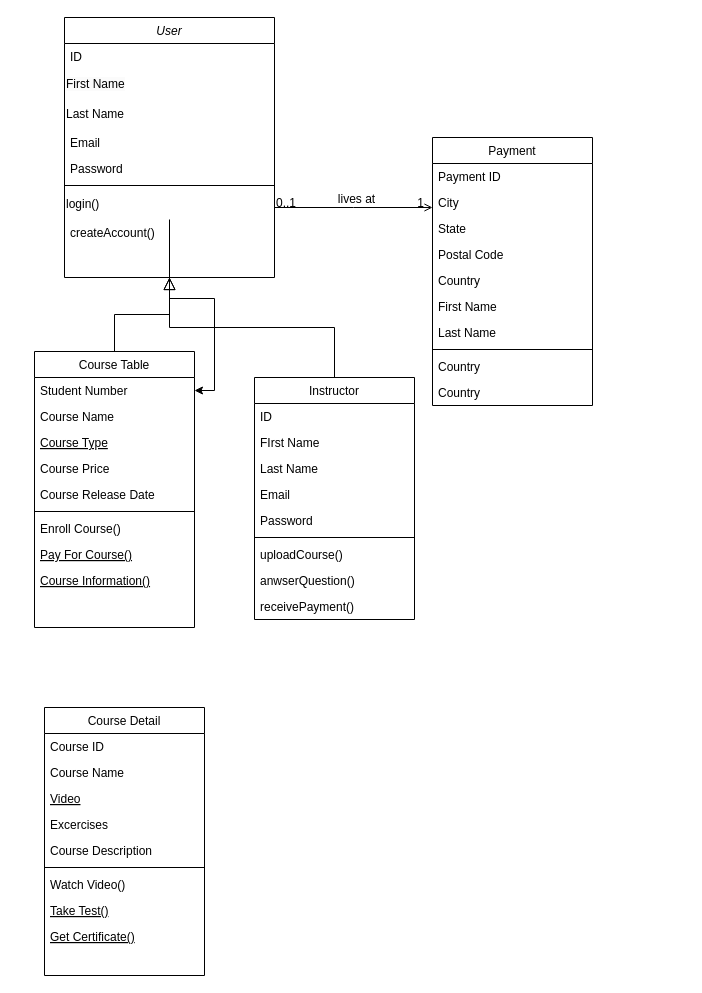
Above: classDiagram.drawio in multiverse-elearning-project/multiverse-elearning-project (draw.io), before the change. Source tidied: cells renumbered, new cells numbered last; positions are measured from the earlier drawing's top-left corner, leaving out a move shared by most shapes. Both pictures are drawn from the tidied source at 100%, with x=0, y=0 at pixel (34, 17).
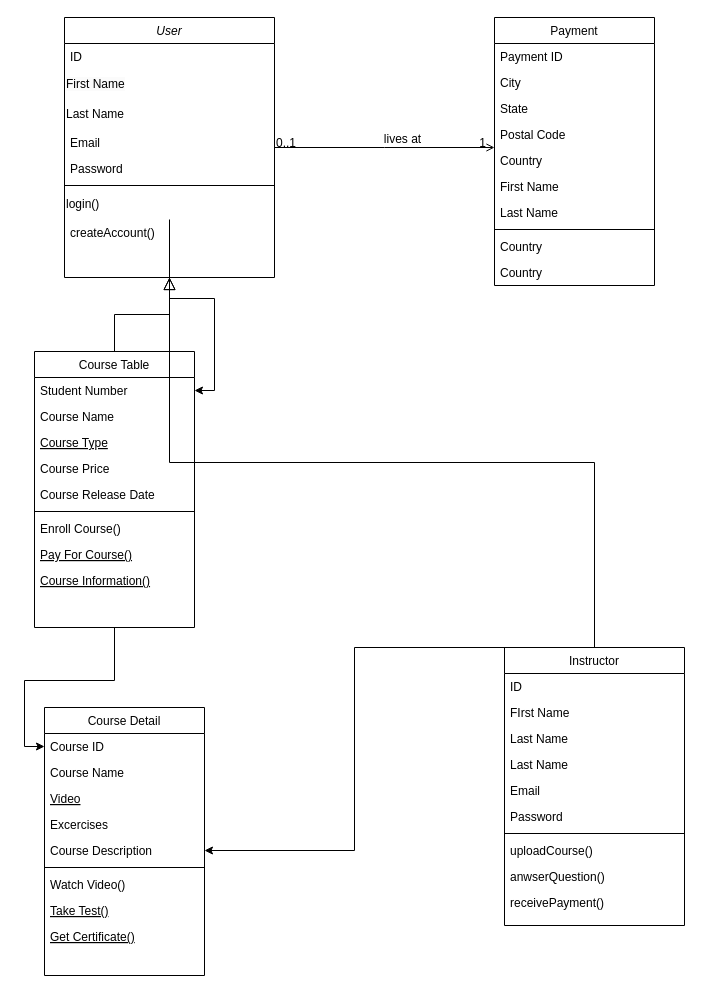
After the change.

Unchanged cells that the change refers to:
```xml
<mxCell id="11" value="Course Table" style="swimlane;fontStyle=0;align=center;verticalAlign=top;horizontal=1;startSize=26;rounded=0;shadow=0;strokeWidth=1;" parent="1" vertex="1">
  <mxGeometry y="334" width="160" height="276" as="geometry" />
</mxCell>
<mxCell id="50" value="Course ID" style="text;align=left;verticalAlign=top;spacingLeft=4;spacingRight=4;overflow=hidden;points=[[0,0.5],[1,0.5]];portConstraint=eastwest;" parent="49" vertex="1">
  <mxGeometry y="26" width="160" height="26" as="geometry" />
</mxCell>
<mxCell id="54" value="Course Description " style="text;align=left;verticalAlign=top;spacingLeft=4;spacingRight=4;overflow=hidden;points=[[0,0.5],[1,0.5]];portConstraint=eastwest;rounded=0;shadow=0;html=0;" parent="49" vertex="1">
  <mxGeometry y="130" width="160" height="26" as="geometry" />
</mxCell>
```

What changed in the source:
```diff
@@
+    <mxCell id="59" style="edgeStyle=orthogonalEdgeStyle;rounded=0;jettySize=auto;html=1;" parent="1" edge="1" source="11" target="50">
+      <mxGeometry relative="1" as="geometry" />
+    </mxCell>
@@
     <mxCell id="22" value="Instructor" style="swimlane;fontStyle=0;align=center;verticalAlign=top;horizontal=1;startSize=26;rounded=0;shadow=0;strokeWidth=1;" parent="1" vertex="1">
-      <mxGeometry x="220" y="360" width="160" height="242" as="geometry" />
+      <mxGeometry x="470" y="630" width="180" height="278" as="geometry" />
     </mxCell>
     <mxCell id="23" value="ID" style="text;align=left;verticalAlign=top;spacingLeft=4;spacingRight=4;overflow=hidden;" parent="22" vertex="1">
-      <mxGeometry y="26" width="160" height="26" as="geometry" />
+      <mxGeometry y="26" width="180" height="26" as="geometry" />
     </mxCell>
     <mxCell id="24" value="FIrst Name" style="text;align=left;verticalAlign=top;spacingLeft=4;spacingRight=4;overflow=hidden;" parent="22" vertex="1">
-      <mxGeometry y="52" width="160" height="26" as="geometry" />
+      <mxGeometry y="52" width="180" height="26" as="geometry" />
     </mxCell>
+    <mxCell id="60" value="Last Name" style="text;align=left;verticalAlign=top;spacingLeft=4;spacingRight=4;overflow=hidden;" parent="22" vertex="1">
+      <mxGeometry y="78" width="180" height="26" as="geometry" />
+    </mxCell>
     <mxCell id="25" value="Last Name" style="text;align=left;verticalAlign=top;spacingLeft=4;spacingRight=4;overflow=hidden;" parent="22" vertex="1">
-      <mxGeometry y="78" width="160" height="26" as="geometry" />
+      <mxGeometry y="104" width="180" height="26" as="geometry" />
     </mxCell>
     <mxCell id="26" value="Email" style="text;align=left;verticalAlign=top;spacingLeft=4;spacingRight=4;overflow=hidden;" parent="22" vertex="1">
-      <mxGeometry y="104" width="160" height="26" as="geometry" />
+      <mxGeometry y="130" width="180" height="26" as="geometry" />
     </mxCell>
     <mxCell id="27" value="Password" style="text;align=left;verticalAlign=top;spacingLeft=4;spacingRight=4;overflow=hidden;" parent="22" vertex="1">
-      <mxGeometry y="130" width="160" height="26" as="geometry" />
+      <mxGeometry y="156" width="180" height="26" as="geometry" />
     </mxCell>
     <mxCell id="28" style="line;html=1;strokeWidth=1;align=left;verticalAlign=middle;spacingTop=-1;spacingLeft=3;spacingRight=3;labelPosition=right;" parent="22" vertex="1">
-      <mxGeometry y="156" width="160" height="8" as="geometry" />
+      <mxGeometry y="182" width="180" height="8" as="geometry" />
     </mxCell>
     <mxCell id="29" value="uploadCourse()" style="text;align=left;verticalAlign=top;spacingLeft=4;spacingRight=4;overflow=hidden;" parent="22" vertex="1">
-      <mxGeometry y="164" width="160" height="26" as="geometry" />
+      <mxGeometry y="190" width="180" height="26" as="geometry" />
     </mxCell>
     <mxCell id="30" value="anwserQuestion()" style="text;align=left;verticalAlign=top;spacingLeft=4;spacingRight=4;overflow=hidden;" parent="22" vertex="1">
-      <mxGeometry y="190" width="160" height="26" as="geometry" />
+      <mxGeometry y="216" width="180" height="26" as="geometry" />
     </mxCell>
     <mxCell id="31" value="receivePayment()" style="text;align=left;verticalAlign=top;spacingLeft=4;spacingRight=4;overflow=hidden;" parent="22" vertex="1">
-      <mxGeometry y="216" width="160" height="26" as="geometry" />
+      <mxGeometry y="242" width="180" height="26" as="geometry" />
     </mxCell>
@@
     <mxCell id="33" value="Payment" style="swimlane;fontStyle=0;align=center;verticalAlign=top;horizontal=1;startSize=26;rounded=0;shadow=0;strokeWidth=1;" parent="1" vertex="1">
-      <mxGeometry x="398" y="120" width="160" height="268" as="geometry" />
+      <mxGeometry x="460" width="160" height="268" as="geometry" />
     </mxCell>
@@
+    <mxCell id="61" style="edgeStyle=orthogonalEdgeStyle;rounded=0;jettySize=auto;html=1;exitX=0.5;exitY=0;exitDx=0;exitDy=0;entryX=1;entryY=0.5;entryDx=0;entryDy=0;" parent="1" edge="1" source="22" target="54">
+      <mxGeometry relative="1" as="geometry">
+        <Array as="points">
+          <mxPoint x="320" y="630" />
+          <mxPoint x="320" y="833" />
+        </Array>
+      </mxGeometry>
+    </mxCell>
```
